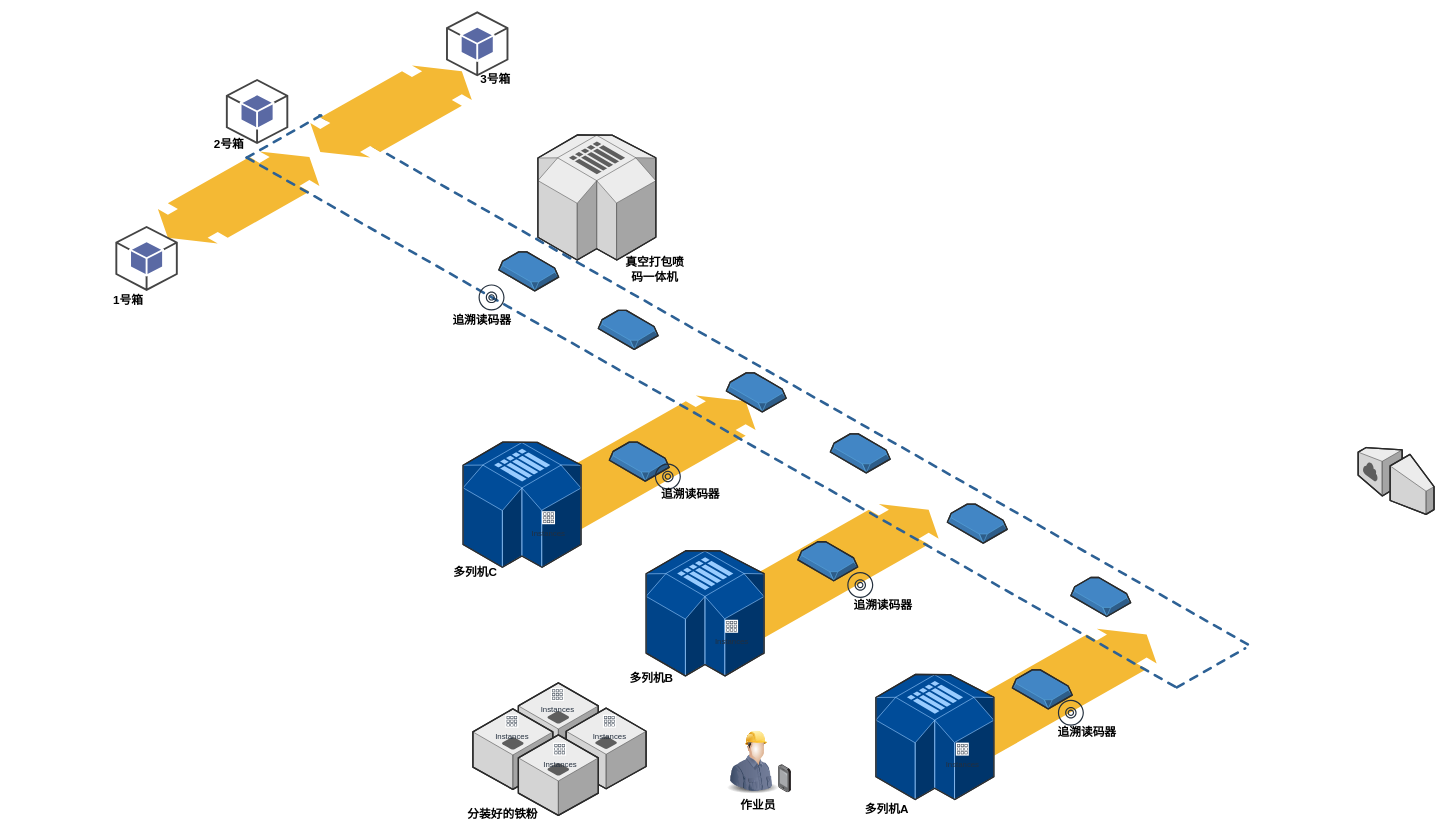
The draw.io diagram data/未命名绘图.drawio in chenyanxi/hosts, before the edit. Source tidied: cells renumbered, new cells numbered last; positions are measured from the earlier drawing's top-left corner, leaving out a move shared by most shapes. Both pictures are drawn from the tidied source at 65%, with x=0, y=0 at pixel (99, 11).
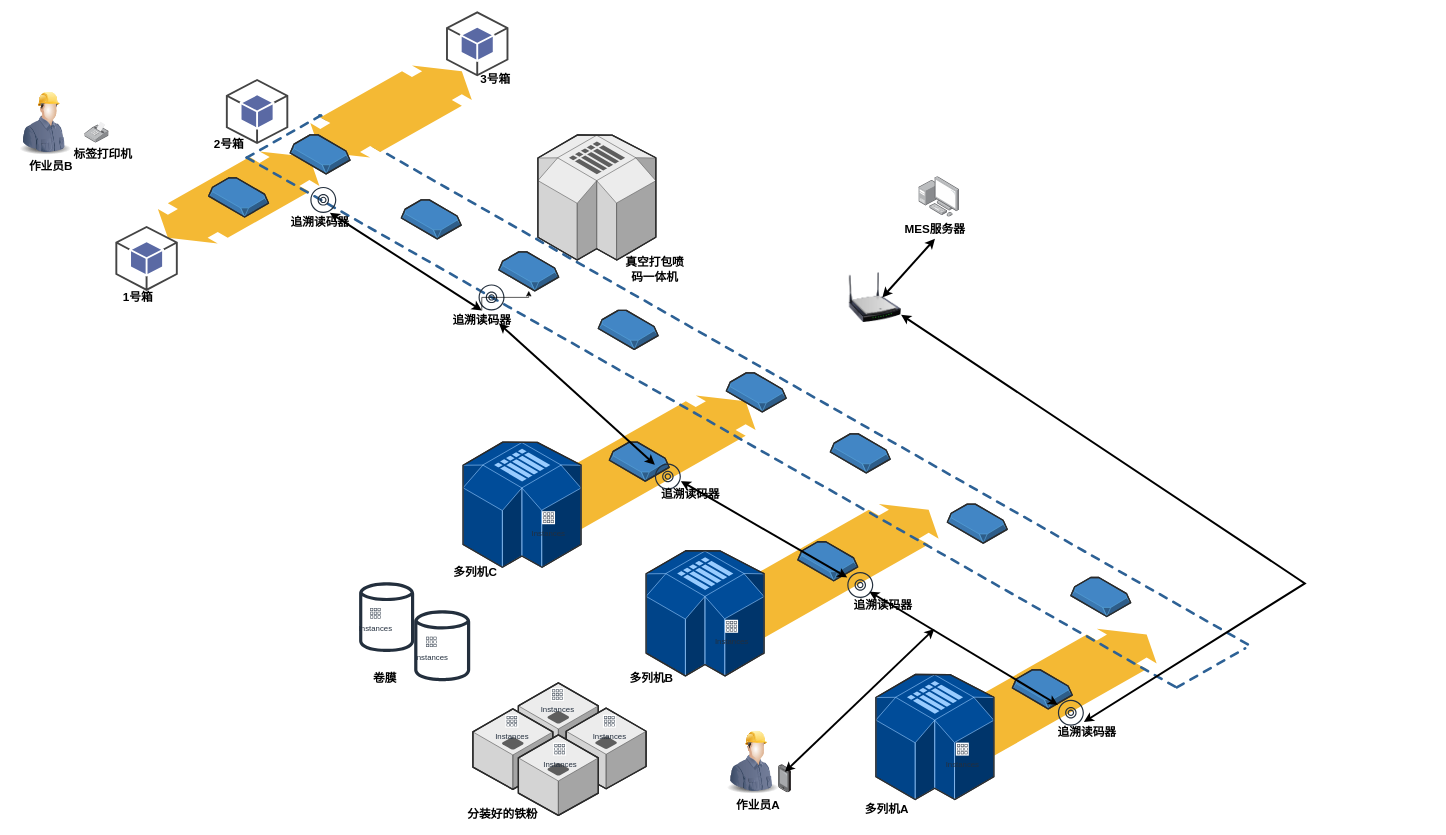
After the change.

Commit message:
更新未命名绘图.drawio

The change refers to these unchanged cells:
```xml
<mxCell id="18" style="sketch=0;outlineConnect=0;fontColor=#232F3E;gradientColor=none;fillColor=#232F3D;strokeColor=none;dashed=0;verticalLabelPosition=bottom;verticalAlign=top;align=center;html=1;fontSize=12;fontStyle=0;shape=mxgraph.aws4.disk;" parent="1" vertex="1">
  <mxGeometry x="1475" y="1059" width="40" height="40" as="geometry" />
</mxCell>
<mxCell id="33" style="sketch=0;outlineConnect=0;fontColor=#232F3E;gradientColor=none;fillColor=#232F3D;strokeColor=none;dashed=0;verticalLabelPosition=bottom;verticalAlign=top;align=center;html=1;fontSize=12;fontStyle=0;shape=mxgraph.aws4.disk;" parent="1" vertex="1">
  <mxGeometry x="1151" y="862.5" width="40" height="40" as="geometry" />
</mxCell>
<mxCell id="36" style="sketch=0;outlineConnect=0;fontColor=#232F3E;gradientColor=none;fillColor=#232F3D;strokeColor=none;dashed=0;verticalLabelPosition=bottom;verticalAlign=top;align=center;html=1;fontSize=12;fontStyle=0;shape=mxgraph.aws4.disk;" parent="1" vertex="1">
  <mxGeometry x="855" y="695.5" width="40" height="40" as="geometry" />
</mxCell>
<mxCell id="49" value="&lt;font size=&quot;1&quot; style=&quot;&quot;&gt;&lt;b style=&quot;font-size: 18px;&quot;&gt;追溯读码器&lt;/b&gt;&lt;/font&gt;" style="text;html=1;strokeColor=none;fillColor=none;align=center;verticalAlign=middle;whiteSpace=wrap;rounded=0;" parent="1" vertex="1">
  <mxGeometry x="533.7" y="460" width="110" height="30" as="geometry" />
</mxCell>
<mxCell id="50" style="verticalLabelPosition=bottom;html=1;verticalAlign=top;strokeWidth=1;dashed=0;shape=mxgraph.aws3d.snapshot;fillColor=#4286c5;strokeColor=#57A2D8;rounded=1;shadow=0;comic=0;fontFamily=Verdana;fontSize=12;" parent="1" vertex="1">
  <mxGeometry x="615" y="370" width="92" height="60" as="geometry" />
</mxCell>
```

What changed in the source:
```diff
@@
-    <mxCell id="5" style="verticalLabelPosition=bottom;html=1;verticalAlign=top;strokeWidth=1;dashed=0;shape=mxgraph.aws3d.internetGateway;fillColor=#ECECEC;strokeColor=#5E5E5E;rounded=1;shadow=0;comic=0;fontSize=12;flipH=1;flipV=0;" parent="1" vertex="1">
-      <mxGeometry x="1937" y="671" width="116.7" height="102.8" as="geometry" />
-    </mxCell>
@@
-    <mxCell id="41" value="&lt;span style=&quot;font-size: 18px;&quot;&gt;&lt;b&gt;作业员&lt;/b&gt;&lt;/span&gt;" style="text;html=1;strokeColor=none;fillColor=none;align=center;verticalAlign=middle;whiteSpace=wrap;rounded=0;" parent="1" vertex="1">
+    <mxCell id="41" value="&lt;span style=&quot;font-size: 18px;&quot;&gt;&lt;b&gt;作业员A&lt;/b&gt;&lt;/span&gt;" style="text;html=1;strokeColor=none;fillColor=none;align=center;verticalAlign=middle;whiteSpace=wrap;rounded=0;" parent="1" vertex="1">
       <mxGeometry x="953.4" y="1207" width="121.6" height="30" as="geometry" />
     </mxCell>
@@
+    <mxCell id="58" style="edgeStyle=orthogonalEdgeStyle;rounded=0;jettySize=auto;html=1;" parent="1" edge="1" source="49" target="50">
+      <mxGeometry relative="1" as="geometry" />
+    </mxCell>
@@
     <mxCell id="55" value="&lt;font size=&quot;1&quot; style=&quot;&quot;&gt;&lt;b style=&quot;font-size: 18px;&quot;&gt;1号箱&lt;/b&gt;&lt;/font&gt;" style="text;html=1;strokeColor=none;fillColor=none;align=center;verticalAlign=middle;whiteSpace=wrap;rounded=0;" parent="1" vertex="1">
-      <mxGeometry x="0.4" y="430" width="90" height="30" as="geometry" />
+      <mxGeometry x="15" y="425" width="90" height="30" as="geometry" />
     </mxCell>
@@
+    <mxCell id="59" style="sketch=0;fontColor=#232F3E;gradientColor=none;fillColor=#232F3D;strokeColor=none;dashed=0;verticalLabelPosition=bottom;verticalAlign=top;align=center;html=1;fontSize=12;fontStyle=0;shape=mxgraph.aws4.disk;" parent="1" vertex="1">
+      <mxGeometry x="324.9" y="270" width="40" height="40" as="geometry" />
+    </mxCell>
+    <mxCell id="60" value="&lt;font size=&quot;1&quot; style=&quot;&quot;&gt;&lt;b style=&quot;font-size: 18px;&quot;&gt;追溯读码器&lt;/b&gt;&lt;/font&gt;" style="text;html=1;strokeColor=none;fillColor=none;align=center;verticalAlign=middle;whiteSpace=wrap;rounded=0;" parent="1" vertex="1">
+      <mxGeometry x="285" y="310" width="110" height="30" as="geometry" />
+    </mxCell>
+    <mxCell id="61" style="verticalLabelPosition=bottom;html=1;verticalAlign=top;strokeWidth=1;dashed=0;shape=mxgraph.aws3d.snapshot;fillColor=#4286c5;strokeColor=#57A2D8;rounded=1;shadow=0;comic=0;fontFamily=Verdana;fontSize=12;" parent="1" vertex="1">
+      <mxGeometry x="465" y="290" width="92" height="60" as="geometry" />
+    </mxCell>
+    <mxCell id="62" style="verticalLabelPosition=bottom;html=1;verticalAlign=top;strokeWidth=1;dashed=0;shape=mxgraph.aws3d.snapshot;fillColor=#4286c5;strokeColor=#57A2D8;rounded=1;shadow=0;comic=0;fontFamily=Verdana;fontSize=12;" parent="1" vertex="1">
+      <mxGeometry x="294" y="190" width="92" height="60" as="geometry" />
+    </mxCell>
+    <mxCell id="63" style="verticalLabelPosition=bottom;html=1;verticalAlign=top;strokeWidth=1;dashed=0;shape=mxgraph.aws3d.snapshot;fillColor=#4286c5;strokeColor=#57A2D8;rounded=1;shadow=0;comic=0;fontFamily=Verdana;fontSize=12;" parent="1" vertex="1">
+      <mxGeometry x="168.6" y="256.3" width="92" height="60" as="geometry" />
+    </mxCell>
+    <mxCell id="64" style="image;html=1;align=center;shadow=0;dashed=0;image=img/lib/allied_telesis/computer_and_terminals/Personal_Computer_with_Server.svg;" parent="1" vertex="1">
+      <mxGeometry x="1261" y="254" width="62.4" height="62.4" as="geometry" />
+    </mxCell>
+    <mxCell id="65" value="&lt;span style=&quot;font-size: 18px;&quot;&gt;&lt;b&gt;MES服务器&lt;/b&gt;&lt;/span&gt;" style="text;html=1;strokeColor=none;fillColor=none;align=center;verticalAlign=middle;whiteSpace=wrap;rounded=0;" parent="1" vertex="1">
+      <mxGeometry x="1233.8" y="320" width="104.2" height="30" as="geometry" />
+    </mxCell>
+    <mxCell id="66" style="image;html=1;image=img/lib/clip_art/networking/Wireless_Router_N_128x128.png;" parent="1" vertex="1">
+      <mxGeometry x="1153.8" y="400" width="80" height="80" as="geometry" />
+    </mxCell>
+    <mxCell id="67" style="endArrow=classic;startArrow=classic;html=1;rounded=0;entryX=0.5;entryY=1;entryDx=0;entryDy=0;strokeWidth=3;" parent="1" edge="1" target="65">
+      <mxGeometry relative="1" as="geometry">
+        <mxPoint x="1205" y="440" as="sourcePoint" />
+      </mxGeometry>
+    </mxCell>
+    <mxCell id="68" style="endArrow=classic;startArrow=classic;html=1;rounded=0;entryX=0.5;entryY=0;entryDx=0;entryDy=0;strokeWidth=3;" parent="1" edge="1" target="49">
+      <mxGeometry relative="1" as="geometry">
+        <mxPoint x="355" y="310" as="sourcePoint" />
+      </mxGeometry>
+    </mxCell>
+    <mxCell id="69" style="endArrow=classic;startArrow=classic;html=1;rounded=0;strokeWidth=3;" parent="1" edge="1" target="36">
+      <mxGeometry relative="1" as="geometry">
+        <mxPoint x="615" y="480" as="sourcePoint" />
+      </mxGeometry>
+    </mxCell>
+    <mxCell id="70" style="endArrow=classic;startArrow=classic;html=1;rounded=0;strokeWidth=3;" parent="1" edge="1" target="33">
+      <mxGeometry relative="1" as="geometry">
+        <mxPoint x="895" y="722.7" as="sourcePoint" />
+      </mxGeometry>
+    </mxCell>
+    <mxCell id="71" style="endArrow=classic;startArrow=classic;html=1;rounded=0;strokeWidth=3;" parent="1" edge="1" target="18">
+      <mxGeometry relative="1" as="geometry">
+        <mxPoint x="1185" y="892.7" as="sourcePoint" />
+      </mxGeometry>
+    </mxCell>
+    <mxCell id="72" style="endArrow=classic;startArrow=classic;html=1;rounded=0;strokeWidth=3;" parent="1" edge="1" target="66">
+      <mxGeometry relative="1" as="geometry">
+        <mxPoint x="1515" y="1093.2" as="sourcePoint" />
+        <Array as="points">
+          <mxPoint x="1855" y="880" />
+        </Array>
+      </mxGeometry>
+    </mxCell>
+    <mxCell id="73" style="endArrow=classic;startArrow=classic;html=1;rounded=0;strokeWidth=3;" parent="1" edge="1">
+      <mxGeometry relative="1" as="geometry">
+        <mxPoint x="1055" y="1170" as="sourcePoint" />
+        <mxPoint x="1285" y="950" as="targetPoint" />
+      </mxGeometry>
+    </mxCell>
+    <mxCell id="74" style="image;html=1;image=img/lib/clip_art/people/Construction_Worker_Man_128x128.png;" parent="1" vertex="1">
+      <mxGeometry x="-133.4" y="119" width="101" height="105" as="geometry" />
+    </mxCell>
+    <mxCell id="75" value="&lt;span style=&quot;font-size: 18px;&quot;&gt;&lt;b&gt;作业员B&lt;/b&gt;&lt;/span&gt;" style="text;html=1;strokeColor=none;fillColor=none;align=center;verticalAlign=middle;whiteSpace=wrap;rounded=0;" parent="1" vertex="1">
+      <mxGeometry x="-135" y="224" width="121.6" height="30" as="geometry" />
+    </mxCell>
+    <mxCell id="76" style="image;html=1;align=center;shadow=0;dashed=0;image=img/lib/allied_telesis/computer_and_terminals/POS_Printer.svg;" parent="1" vertex="1">
+      <mxGeometry x="-22.2" y="170" width="37.2" height="32.4" as="geometry" />
+    </mxCell>
+    <mxCell id="77" value="&lt;span style=&quot;font-size: 18px;&quot;&gt;&lt;b&gt;标签打印机&lt;/b&gt;&lt;/span&gt;" style="text;html=1;strokeColor=none;fillColor=none;align=center;verticalAlign=middle;whiteSpace=wrap;rounded=0;" parent="1" vertex="1">
+      <mxGeometry x="-55" y="205" width="121.6" height="30" as="geometry" />
+    </mxCell>
+    <mxCell id="78" style="sketch=0;fontColor=#232F3E;gradientColor=none;fillColor=#232F3D;strokeColor=none;dashed=0;verticalLabelPosition=bottom;verticalAlign=top;align=center;html=1;fontSize=12;fontStyle=0;shape=mxgraph.aws4.generic_database;" parent="1" vertex="1">
+      <mxGeometry x="484.7" y="919" width="86.2" height="114" as="geometry" />
+    </mxCell>
+    <mxCell id="79" style="sketch=0;fontColor=#232F3E;gradientColor=none;fillColor=#232F3D;strokeColor=none;dashed=0;verticalLabelPosition=bottom;verticalAlign=top;align=center;html=1;fontSize=12;fontStyle=0;shape=mxgraph.aws4.generic_database;" parent="1" vertex="1">
+      <mxGeometry x="400" y="876" width="84.7" height="112" as="geometry" />
+    </mxCell>
+    <mxCell id="80" value="Instances" style="sketch=0;fontColor=#232F3E;gradientColor=none;strokeColor=#232F3E;fillColor=#ffffff;dashed=0;verticalLabelPosition=bottom;verticalAlign=top;align=center;html=1;fontSize=12;fontStyle=0;shape=mxgraph.aws4.resourceIcon;resIcon=mxgraph.aws4.instances_2;" parent="1" vertex="1">
+      <mxGeometry x="501" y="960" width="20" height="20" as="geometry" />
+    </mxCell>
+    <mxCell id="81" value="Instances" style="sketch=0;fontColor=#232F3E;gradientColor=none;strokeColor=#232F3E;fillColor=#ffffff;dashed=0;verticalLabelPosition=bottom;verticalAlign=top;align=center;html=1;fontSize=12;fontStyle=0;shape=mxgraph.aws4.resourceIcon;resIcon=mxgraph.aws4.instances_2;" parent="1" vertex="1">
+      <mxGeometry x="415" y="916" width="20" height="20" as="geometry" />
+    </mxCell>
+    <mxCell id="82" value="&lt;span style=&quot;font-size: 18px;&quot;&gt;&lt;b&gt;卷膜&lt;/b&gt;&lt;/span&gt;" style="text;html=1;strokeColor=none;fillColor=none;align=center;verticalAlign=middle;whiteSpace=wrap;rounded=0;" parent="1" vertex="1">
+      <mxGeometry x="379.4" y="1011" width="121.6" height="30" as="geometry" />
+    </mxCell>
```
